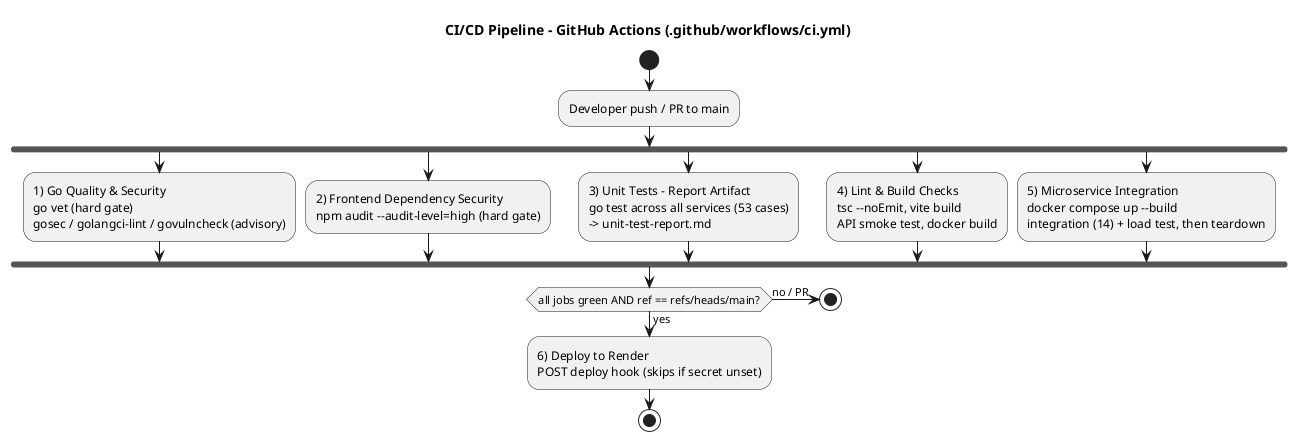
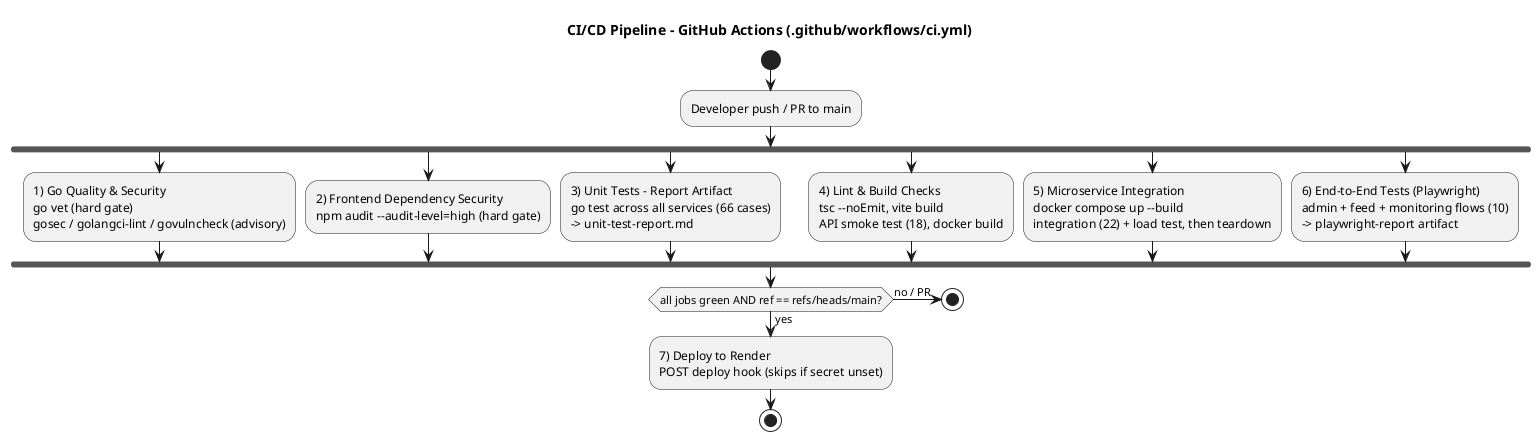
@startuml cicd-pipeline
title CI/CD Pipeline - GitHub Actions (.github/workflows/ci.yml)

skinparam shadowing false
start
:Developer push / PR to main;

fork
  :1) Go Quality & Security
  go vet (hard gate)
  gosec / golangci-lint / govulncheck (advisory);
fork again
  :2) Frontend Dependency Security
  npm audit --audit-level=high (hard gate);
fork again
  :3) Unit Tests - Report Artifact
-   go test across all services (53 cases)
+   go test across all services (66 cases)
  -> unit-test-report.md;
fork again
  :4) Lint & Build Checks
  tsc --noEmit, vite build
-   API smoke test, docker build;
+   API smoke test (18), docker build;
fork again
  :5) Microservice Integration
  docker compose up --build
-   integration (14) + load test, then teardown;
+   integration (22) + load test, then teardown;
+ fork again
+   :6) End-to-End Tests (Playwright)
+   admin + feed + monitoring flows (10)
+   -> playwright-report artifact;
end fork

if (all jobs green AND ref == refs/heads/main?) then (yes)
-   :6) Deploy to Render
+   :7) Deploy to Render
  POST deploy hook (skips if secret unset);
  stop
else (no / PR)
  stop
endif
@enduml
